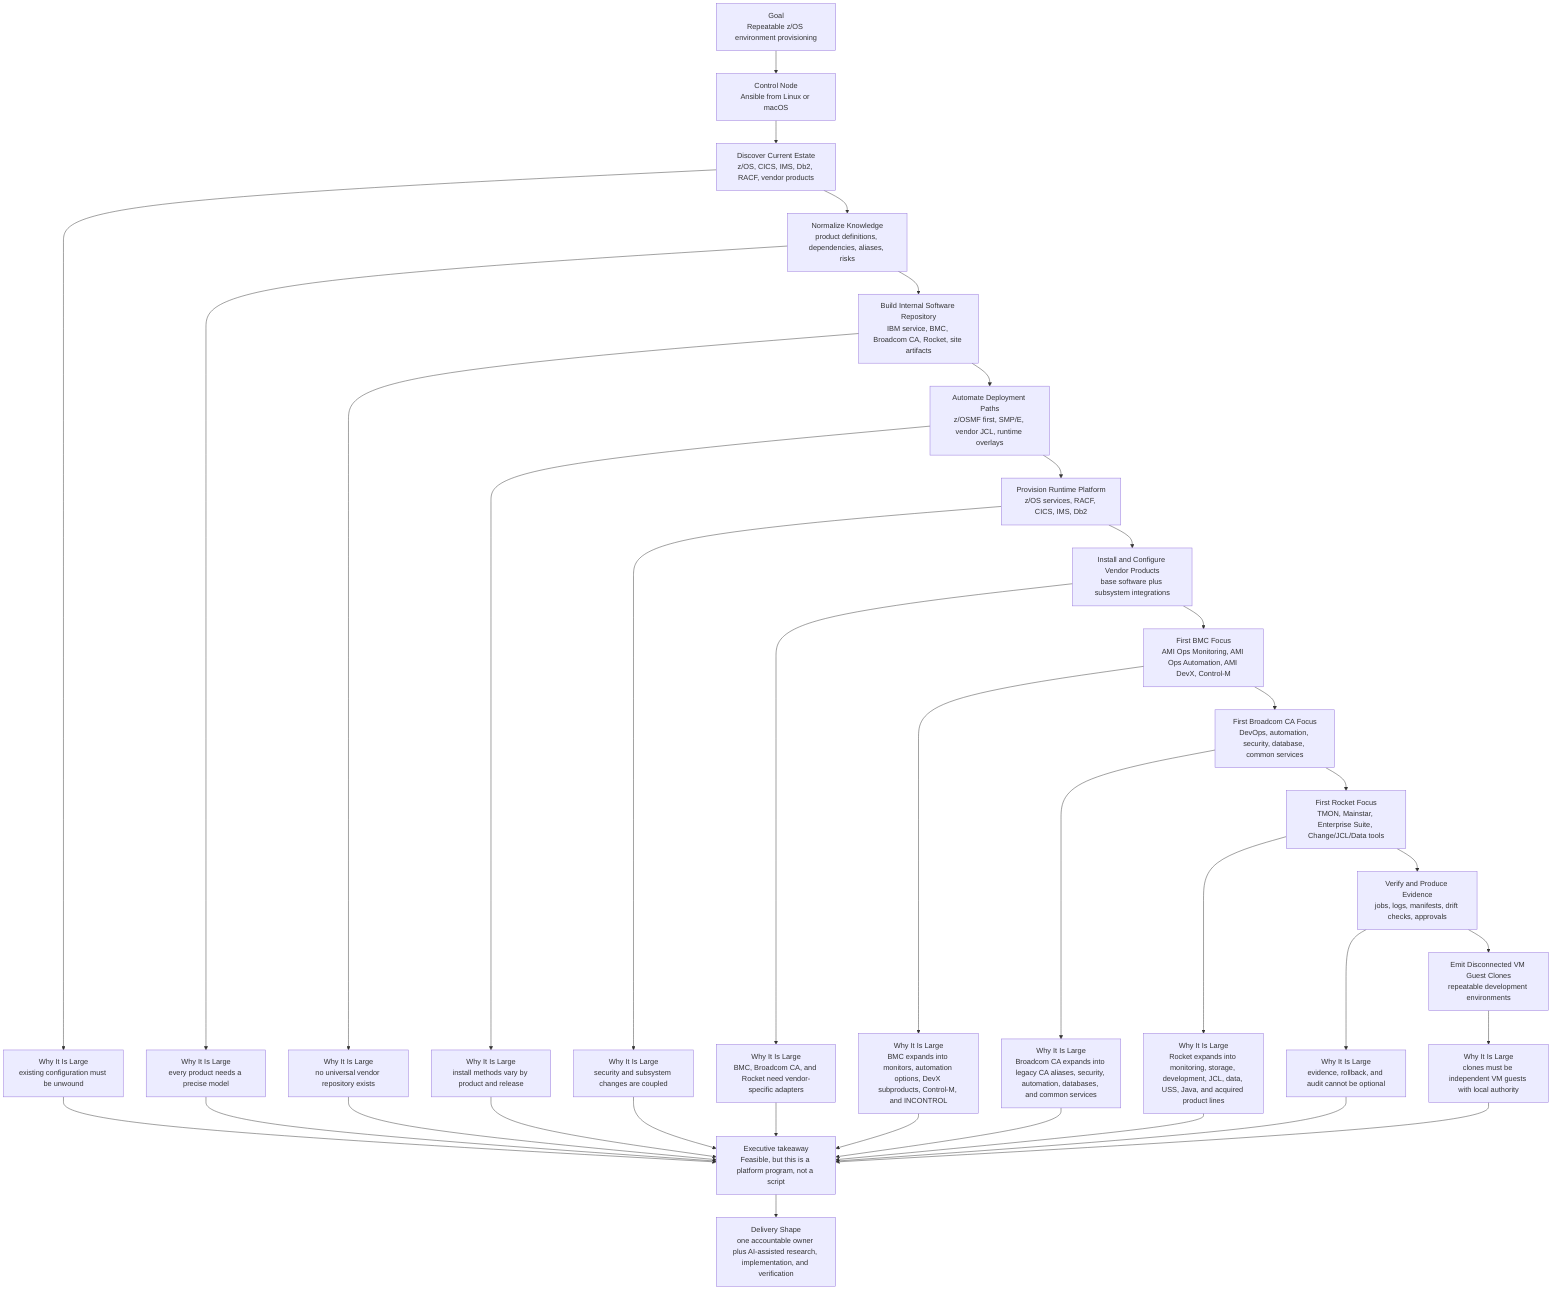
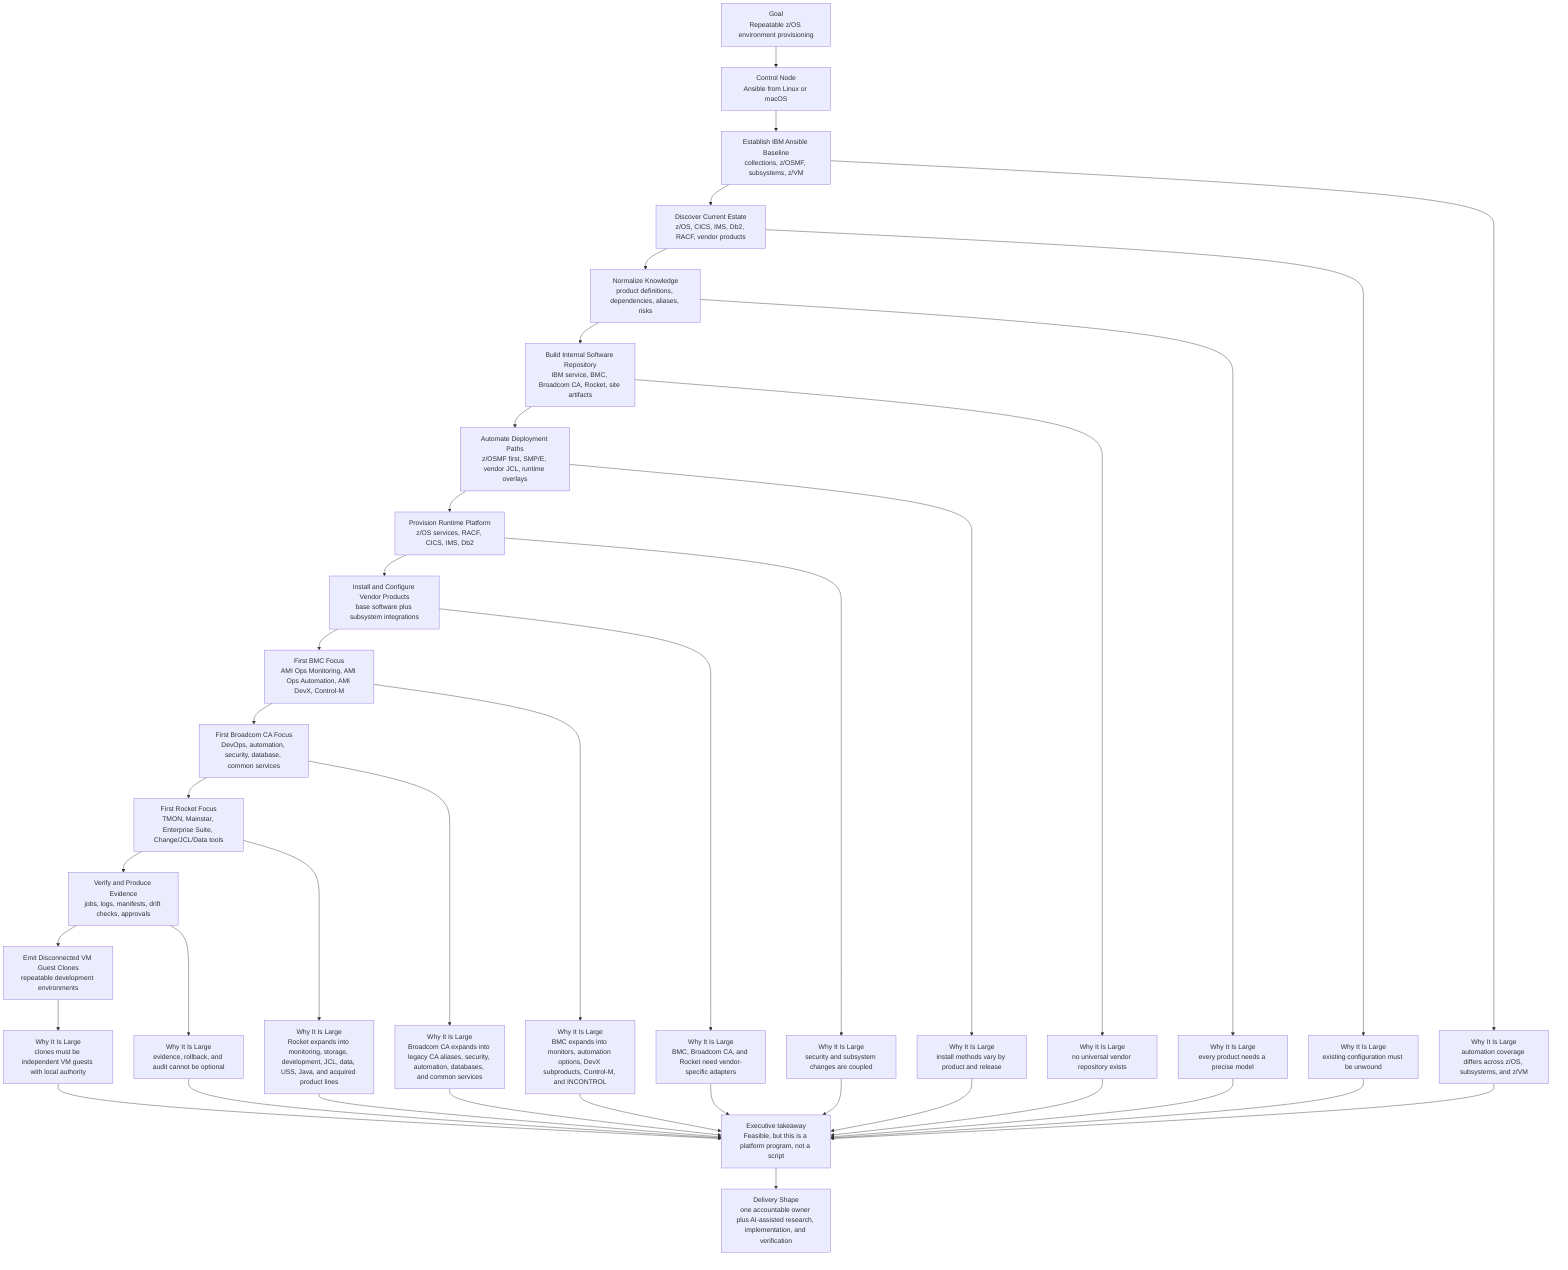
flowchart TD
    A["Goal<br/>Repeatable z/OS environment provisioning"] --> B["Control Node<br/>Ansible from Linux or macOS"]

-     B --> C["Discover Current Estate<br/>z/OS, CICS, IMS, Db2, RACF, vendor products"]
+     B --> AA["Establish IBM Ansible Baseline<br/>collections, z/OSMF, subsystems, z/VM"]
+     AA --> C["Discover Current Estate<br/>z/OS, CICS, IMS, Db2, RACF, vendor products"]
    C --> D["Normalize Knowledge<br/>product definitions, dependencies, aliases, risks"]
    D --> E["Build Internal Software Repository<br/>IBM service, BMC, Broadcom CA, Rocket, site artifacts"]
    E --> F["Automate Deployment Paths<br/>z/OSMF first, SMP/E, vendor JCL, runtime overlays"]
    F --> G["Provision Runtime Platform<br/>z/OS services, RACF, CICS, IMS, Db2"]
    G --> H["Install and Configure Vendor Products<br/>base software plus subsystem integrations"]
    H --> U["First BMC Focus<br/>AMI Ops Monitoring, AMI Ops Automation, AMI DevX, Control-M"]
    U --> W["First Broadcom CA Focus<br/>DevOps, automation, security, database, common services"]
    W --> Y["First Rocket Focus<br/>TMON, Mainstar, Enterprise Suite, Change/JCL/Data tools"]
    Y --> I["Verify and Produce Evidence<br/>jobs, logs, manifests, drift checks, approvals"]
    I --> J["Emit Disconnected VM Guest Clones<br/>repeatable development environments"]

    C --> K["Why It Is Large<br/>existing configuration must be unwound"]
+     AA --> AB["Why It Is Large<br/>automation coverage differs across z/OS, subsystems, and z/VM"]
    D --> L["Why It Is Large<br/>every product needs a precise model"]
    E --> M["Why It Is Large<br/>no universal vendor repository exists"]
    F --> N["Why It Is Large<br/>install methods vary by product and release"]
    G --> O["Why It Is Large<br/>security and subsystem changes are coupled"]
    H --> P["Why It Is Large<br/>BMC, Broadcom CA, and Rocket need vendor-specific adapters"]
    U --> V["Why It Is Large<br/>BMC expands into monitors, automation options, DevX subproducts, Control-M, and INCONTROL"]
    W --> X["Why It Is Large<br/>Broadcom CA expands into legacy CA aliases, security, automation, databases, and common services"]
    Y --> Z["Why It Is Large<br/>Rocket expands into monitoring, storage, development, JCL, data, USS, Java, and acquired product lines"]
    I --> Q["Why It Is Large<br/>evidence, rollback, and audit cannot be optional"]
    J --> R["Why It Is Large<br/>clones must be independent VM guests with local authority"]

    K --> S["Executive takeaway<br/>Feasible, but this is a platform program, not a script"]
+     AB --> S
    L --> S
    M --> S
    N --> S
    O --> S
    P --> S
    V --> S
    X --> S
    Z --> S
    Q --> S
    R --> S

    S --> T["Delivery Shape<br/>one accountable owner plus AI-assisted research, implementation, and verification"]
